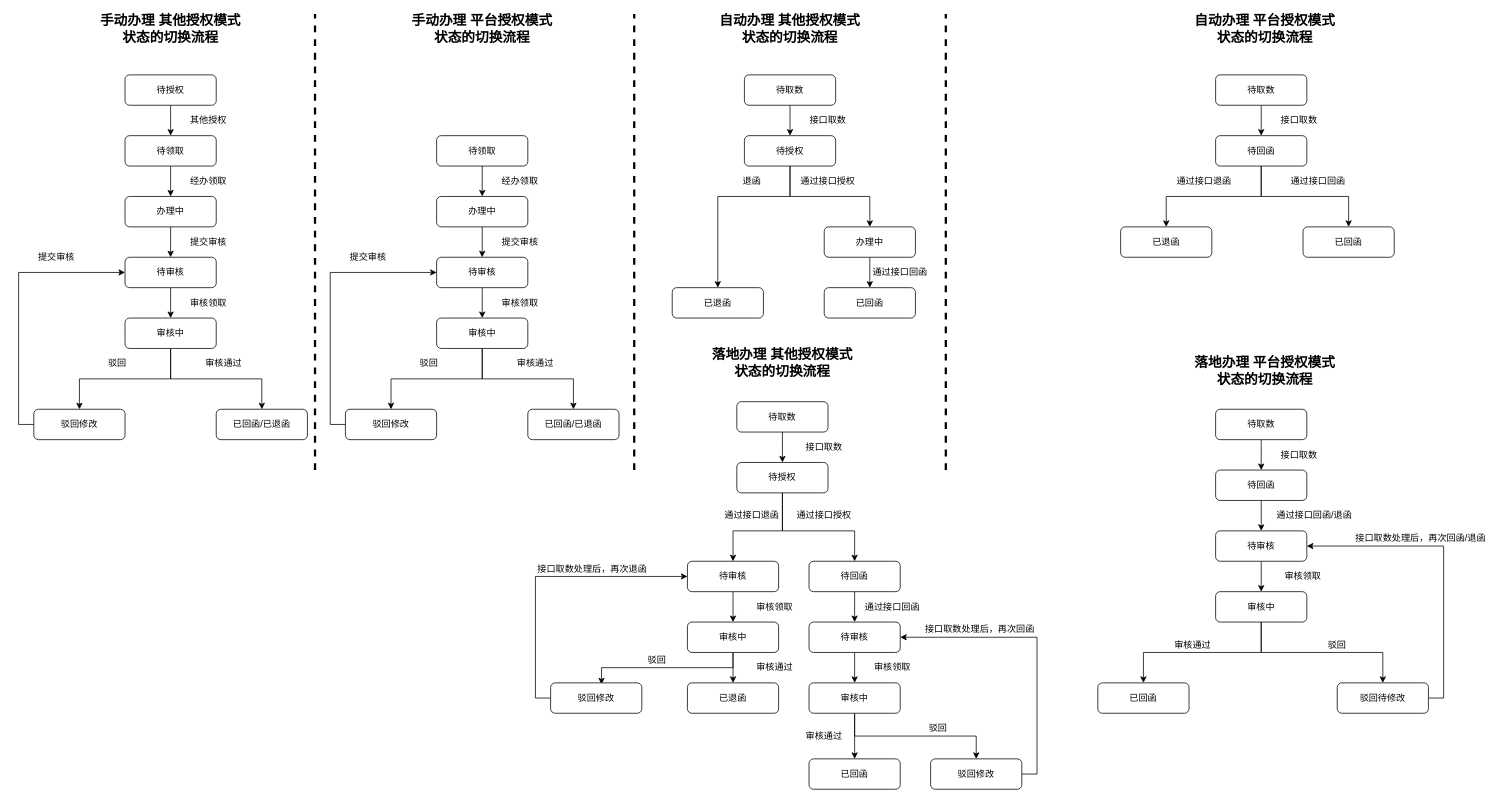
pingguo002/iconomi keeps this draw.io diagram as 未命名绘图.drawio. Above is the earlier version. Source tidied: cells renumbered, new cells numbered last; positions are measured from the earlier drawing's top-left corner, leaving out a move shared by most shapes. Both pictures are drawn from the tidied source at 76%, with x=0, y=0 at pixel (33, 14).
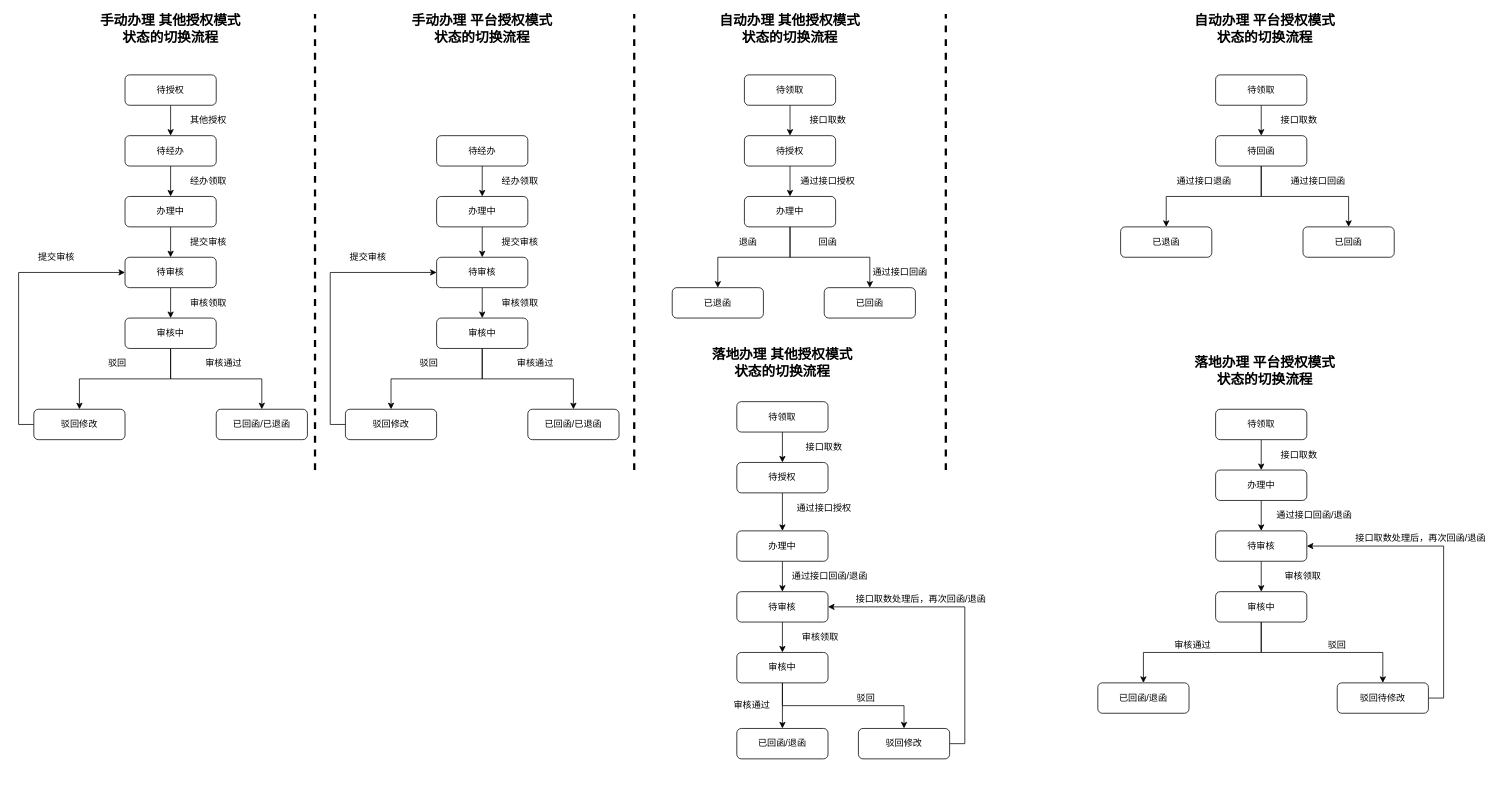
The same diagram, later.

Commit message:
更新未命名绘图.drawio

The change refers to these unchanged cells:
```xml
<mxCell id="47" value="待授权" style="rounded=1;whiteSpace=wrap;html=1;" parent="1" vertex="1">
  <mxGeometry x="935" y="160" width="120" height="40" as="geometry" />
</mxCell>
<mxCell id="48" value="已退函" style="rounded=1;whiteSpace=wrap;html=1;" parent="1" vertex="1">
  <mxGeometry x="840" y="360" width="120" height="40" as="geometry" />
</mxCell>
<mxCell id="64" value="待授权" style="rounded=1;whiteSpace=wrap;html=1;fontSize=12;" parent="1" vertex="1">
  <mxGeometry x="925" y="590" width="120" height="40" as="geometry" />
</mxCell>
```

Diff of the diagram source:
```diff
@@
-    <mxCell id="5" value="待领取" style="rounded=1;whiteSpace=wrap;html=1;" parent="1" vertex="1">
+    <mxCell id="5" value="待经办" style="rounded=1;whiteSpace=wrap;html=1;" parent="1" vertex="1">
       <mxGeometry x="120" y="160" width="120" height="40" as="geometry" />
     </mxCell>
@@
-    <mxCell id="25" value="待领取" style="rounded=1;whiteSpace=wrap;html=1;" parent="1" vertex="1">
+    <mxCell id="25" value="待经办" style="rounded=1;whiteSpace=wrap;html=1;" parent="1" vertex="1">
       <mxGeometry x="530" y="160" width="120" height="40" as="geometry" />
     </mxCell>
@@
-    <mxCell id="46" style="edgeStyle=orthogonalEdgeStyle;rounded=0;jettySize=auto;html=1;exitX=0.5;exitY=1;exitDx=0;exitDy=0;entryX=0.5;entryY=0;entryDx=0;entryDy=0;strokeWidth=1;fontSize=12;" parent="1" edge="1" source="47" target="48">
-      <mxGeometry relative="1" as="geometry">
-        <Array as="points">
-          <mxPoint x="995" y="240" />
-          <mxPoint x="900" y="240" />
-        </Array>
-      </mxGeometry>
-    </mxCell>
@@
     <mxCell id="49" value="退函" style="text;html=1;strokeColor=none;fillColor=none;align=center;verticalAlign=middle;whiteSpace=wrap;rounded=0;" parent="1" vertex="1">
-      <mxGeometry x="895" y="210" width="100" height="20" as="geometry" />
+      <mxGeometry x="890" y="290" width="100" height="20" as="geometry" />
     </mxCell>
@@
+    <mxCell id="126" style="edgeStyle=orthogonalEdgeStyle;rounded=0;jettySize=auto;html=1;exitX=0.5;exitY=1;exitDx=0;exitDy=0;entryX=0.5;entryY=0;entryDx=0;entryDy=0;strokeWidth=1;fontSize=12;" parent="1" edge="1" source="56" target="48">
+      <mxGeometry relative="1" as="geometry" />
+    </mxCell>
     <mxCell id="56" value="办理中" style="rounded=1;whiteSpace=wrap;html=1;fontSize=12;" parent="1" vertex="1">
-      <mxGeometry x="1040" y="280" width="120" height="40" as="geometry" />
+      <mxGeometry x="935" y="240" width="120" height="40" as="geometry" />
     </mxCell>
@@
-    <mxCell id="60" value="待取数" style="rounded=1;whiteSpace=wrap;html=1;" parent="1" vertex="1">
+    <mxCell id="60" value="待领取" style="rounded=1;whiteSpace=wrap;html=1;" parent="1" vertex="1">
       <mxGeometry x="925" y="510" width="120" height="40" as="geometry" />
     </mxCell>
@@
-    <mxCell id="62" value="待取数" style="rounded=1;whiteSpace=wrap;html=1;" parent="1" vertex="1">
+    <mxCell id="62" value="待领取" style="rounded=1;whiteSpace=wrap;html=1;" parent="1" vertex="1">
       <mxGeometry x="935" y="80" width="120" height="40" as="geometry" />
     </mxCell>
@@
+    <mxCell id="66" style="edgeStyle=orthogonalEdgeStyle;rounded=0;jettySize=auto;html=1;exitX=0.5;exitY=1;exitDx=0;exitDy=0;entryX=0.5;entryY=0;entryDx=0;entryDy=0;strokeWidth=1;fontSize=12;" parent="1" edge="1" source="64" target="74">
+      <mxGeometry relative="1" as="geometry" />
+    </mxCell>
@@
-    <mxCell id="66" style="edgeStyle=orthogonalEdgeStyle;rounded=0;jettySize=auto;html=1;exitX=0.5;exitY=1;exitDx=0;exitDy=0;strokeWidth=1;fontSize=12;entryX=0.5;entryY=0;entryDx=0;entryDy=0;" parent="1" edge="1" source="64" target="74">
-      <mxGeometry relative="1" as="geometry">
-        <Array as="points">
-          <mxPoint x="985" y="680" />
-          <mxPoint x="1080" y="680" />
-        </Array>
-      </mxGeometry>
-    </mxCell>
-    <mxCell id="67" style="edgeStyle=orthogonalEdgeStyle;rounded=0;jettySize=auto;html=1;exitX=0.5;exitY=1;exitDx=0;exitDy=0;entryX=0.5;entryY=0;entryDx=0;entryDy=0;strokeWidth=1;fontSize=12;" parent="1" edge="1" source="64" target="69">
-      <mxGeometry relative="1" as="geometry">
-        <Array as="points">
-          <mxPoint x="985" y="680" />
-          <mxPoint x="920" y="680" />
-        </Array>
-      </mxGeometry>
-    </mxCell>
-    <mxCell id="68" style="edgeStyle=orthogonalEdgeStyle;rounded=0;jettySize=auto;html=1;exitX=0.5;exitY=1;exitDx=0;exitDy=0;strokeWidth=1;fontSize=12;" parent="1" edge="1" source="69" target="78">
-      <mxGeometry relative="1" as="geometry" />
-    </mxCell>
-    <mxCell id="69" value="待审核" style="rounded=1;whiteSpace=wrap;html=1;" parent="1" vertex="1">
-      <mxGeometry x="860" y="720" width="120" height="40" as="geometry" />
-    </mxCell>
-    <mxCell id="70" value="通过接口退函" style="text;html=1;strokeColor=none;fillColor=none;align=center;verticalAlign=middle;whiteSpace=wrap;rounded=0;" parent="1" vertex="1">
-      <mxGeometry x="895" y="650" width="100" height="20" as="geometry" />
-    </mxCell>
@@
     <mxCell id="72" value="待审核" style="rounded=1;whiteSpace=wrap;html=1;fontSize=12;" parent="1" vertex="1">
-      <mxGeometry x="1020" y="800" width="120" height="40" as="geometry" />
+      <mxGeometry x="925" y="760" width="120" height="40" as="geometry" />
     </mxCell>
@@
-    <mxCell id="74" value="待回函" style="rounded=1;whiteSpace=wrap;html=1;fontSize=12;" parent="1" vertex="1">
-      <mxGeometry x="1020" y="720" width="120" height="40" as="geometry" />
+    <mxCell id="74" value="办理中" style="rounded=1;whiteSpace=wrap;html=1;fontSize=12;" parent="1" vertex="1">
+      <mxGeometry x="925" y="680" width="120" height="40" as="geometry" />
     </mxCell>
     <mxCell id="75" value="通过接口授权" style="text;html=1;strokeColor=none;fillColor=none;align=center;verticalAlign=middle;whiteSpace=wrap;rounded=0;" parent="1" vertex="1">
-      <mxGeometry x="990" y="650" width="100" height="20" as="geometry" />
+      <mxGeometry x="990" y="640" width="100" height="20" as="geometry" />
     </mxCell>
-    <mxCell id="76" style="edgeStyle=orthogonalEdgeStyle;rounded=0;jettySize=auto;html=1;exitX=0.5;exitY=1;exitDx=0;exitDy=0;strokeWidth=1;fontSize=12;" parent="1" edge="1" source="78" target="83">
-      <mxGeometry relative="1" as="geometry" />
-    </mxCell>
-    <mxCell id="77" style="edgeStyle=orthogonalEdgeStyle;rounded=0;jettySize=auto;html=1;exitX=0.5;exitY=1;exitDx=0;exitDy=0;entryX=0.558;entryY=0.05;entryDx=0;entryDy=0;entryPerimeter=0;strokeWidth=1;fontSize=12;" parent="1" edge="1" source="78" target="81">
-      <mxGeometry relative="1" as="geometry" />
-    </mxCell>
-    <mxCell id="78" value="审核中" style="rounded=1;whiteSpace=wrap;html=1;fontSize=12;" parent="1" vertex="1">
-      <mxGeometry x="860" y="800" width="120" height="40" as="geometry" />
-    </mxCell>
-    <mxCell id="79" value="审核领取" style="text;html=1;strokeColor=none;fillColor=none;align=center;verticalAlign=middle;whiteSpace=wrap;rounded=0;" parent="1" vertex="1">
-      <mxGeometry x="925" y="770" width="100" height="20" as="geometry" />
-    </mxCell>
-    <mxCell id="80" style="edgeStyle=orthogonalEdgeStyle;rounded=0;jettySize=auto;html=1;exitX=0;exitY=0.5;exitDx=0;exitDy=0;entryX=0;entryY=0.5;entryDx=0;entryDy=0;strokeWidth=1;fontSize=12;" parent="1" edge="1" source="81" target="69">
-      <mxGeometry relative="1" as="geometry" />
-    </mxCell>
-    <mxCell id="81" value="驳回修改" style="rounded=1;whiteSpace=wrap;html=1;fontSize=12;" parent="1" vertex="1">
-      <mxGeometry x="680" y="880" width="120" height="40" as="geometry" />
-    </mxCell>
-    <mxCell id="82" value="驳回" style="text;html=1;strokeColor=none;fillColor=none;align=center;verticalAlign=middle;whiteSpace=wrap;rounded=0;" parent="1" vertex="1">
-      <mxGeometry x="770" y="840" width="100" height="20" as="geometry" />
-    </mxCell>
-    <mxCell id="83" value="已退函" style="rounded=1;whiteSpace=wrap;html=1;fontSize=12;" parent="1" vertex="1">
-      <mxGeometry x="860" y="880" width="120" height="40" as="geometry" />
-    </mxCell>
-    <mxCell id="84" value="审核通过" style="text;html=1;strokeColor=none;fillColor=none;align=center;verticalAlign=middle;whiteSpace=wrap;rounded=0;" parent="1" vertex="1">
-      <mxGeometry x="925" y="850" width="100" height="20" as="geometry" />
-    </mxCell>
-    <mxCell id="85" value="接口取数处理后，再次退函" style="text;html=1;strokeColor=none;fillColor=none;align=center;verticalAlign=middle;whiteSpace=wrap;rounded=0;" parent="1" vertex="1">
-      <mxGeometry x="660" y="720" width="150" height="20" as="geometry" />
-    </mxCell>
-    <mxCell id="86" value="通过接口回函" style="text;html=1;strokeColor=none;fillColor=none;align=center;verticalAlign=middle;whiteSpace=wrap;rounded=0;" parent="1" vertex="1">
-      <mxGeometry x="1080" y="770" width="100" height="20" as="geometry" />
+    <mxCell id="86" value="通过接口回函/退函" style="text;html=1;strokeColor=none;fillColor=none;align=center;verticalAlign=middle;whiteSpace=wrap;rounded=0;" parent="1" vertex="1">
+      <mxGeometry x="985" y="730" width="125" height="20" as="geometry" />
     </mxCell>
@@
     <mxCell id="89" value="审核中" style="rounded=1;whiteSpace=wrap;html=1;fontSize=12;" parent="1" vertex="1">
-      <mxGeometry x="1020" y="880" width="120" height="40" as="geometry" />
+      <mxGeometry x="925" y="840" width="120" height="40" as="geometry" />
     </mxCell>
     <mxCell id="90" value="审核领取" style="text;html=1;strokeColor=none;fillColor=none;align=center;verticalAlign=middle;whiteSpace=wrap;rounded=0;" parent="1" vertex="1">
-      <mxGeometry x="1080" y="850" width="100" height="20" as="geometry" />
+      <mxGeometry x="985" y="810" width="100" height="20" as="geometry" />
     </mxCell>
-    <mxCell id="91" value="已回函" style="rounded=1;whiteSpace=wrap;html=1;fontSize=12;" parent="1" vertex="1">
-      <mxGeometry x="1020" y="980" width="120" height="40" as="geometry" />
+    <mxCell id="91" value="已回函/退函" style="rounded=1;whiteSpace=wrap;html=1;fontSize=12;" parent="1" vertex="1">
+      <mxGeometry x="925" y="940" width="120" height="40" as="geometry" />
     </mxCell>
     <mxCell id="92" value="审核通过" style="text;html=1;strokeColor=none;fillColor=none;align=center;verticalAlign=middle;whiteSpace=wrap;rounded=0;" parent="1" vertex="1">
-      <mxGeometry x="990" y="940" width="100" height="20" as="geometry" />
+      <mxGeometry x="895" y="900" width="100" height="20" as="geometry" />
     </mxCell>
     <mxCell id="93" value="驳回" style="text;html=1;strokeColor=none;fillColor=none;align=center;verticalAlign=middle;whiteSpace=wrap;rounded=0;" parent="1" vertex="1">
-      <mxGeometry x="1140" y="930" width="100" height="20" as="geometry" />
+      <mxGeometry x="1045" y="890" width="100" height="20" as="geometry" />
     </mxCell>
     <mxCell id="94" style="edgeStyle=orthogonalEdgeStyle;rounded=0;jettySize=auto;html=1;exitX=1;exitY=0.5;exitDx=0;exitDy=0;entryX=1;entryY=0.5;entryDx=0;entryDy=0;strokeWidth=1;fontSize=12;" parent="1" edge="1" source="95" target="72">
       <mxGeometry relative="1" as="geometry">
         <Array as="points">
-          <mxPoint x="1320" y="1000" />
-          <mxPoint x="1320" y="820" />
+          <mxPoint x="1225" y="960" />
+          <mxPoint x="1225" y="780" />
         </Array>
       </mxGeometry>
     </mxCell>
     <mxCell id="95" value="驳回修改" style="rounded=1;whiteSpace=wrap;html=1;fontSize=12;" parent="1" vertex="1">
-      <mxGeometry x="1180" y="980" width="120" height="40" as="geometry" />
+      <mxGeometry x="1085" y="940" width="120" height="40" as="geometry" />
     </mxCell>
-    <mxCell id="96" value="接口取数处理后，再次回函" style="text;html=1;strokeColor=none;fillColor=none;align=center;verticalAlign=middle;whiteSpace=wrap;rounded=0;" parent="1" vertex="1">
-      <mxGeometry x="1170" y="800" width="150" height="20" as="geometry" />
+    <mxCell id="96" value="接口取数处理后，再次回函/退函" style="text;html=1;strokeColor=none;fillColor=none;align=center;verticalAlign=middle;whiteSpace=wrap;rounded=0;" parent="1" vertex="1">
+      <mxGeometry x="1075" y="760" width="185" height="20" as="geometry" />
     </mxCell>
@@
-    <mxCell id="102" value="待取数" style="rounded=1;whiteSpace=wrap;html=1;" parent="1" vertex="1">
+    <mxCell id="102" value="待领取" style="rounded=1;whiteSpace=wrap;html=1;" parent="1" vertex="1">
       <mxGeometry x="1555" y="80" width="120" height="40" as="geometry" />
     </mxCell>
@@
-    <mxCell id="109" value="待回函" style="rounded=1;whiteSpace=wrap;html=1;" parent="1" vertex="1">
+    <mxCell id="109" value="办理中" style="rounded=1;whiteSpace=wrap;html=1;" parent="1" vertex="1">
       <mxGeometry x="1555" y="600" width="120" height="40" as="geometry" />
     </mxCell>
@@
-    <mxCell id="112" value="待取数" style="rounded=1;whiteSpace=wrap;html=1;" parent="1" vertex="1">
+    <mxCell id="112" value="待领取" style="rounded=1;whiteSpace=wrap;html=1;" parent="1" vertex="1">
       <mxGeometry x="1555" y="520" width="120" height="40" as="geometry" />
     </mxCell>
@@
-    <mxCell id="123" value="已回函" style="rounded=1;whiteSpace=wrap;html=1;fontSize=12;" parent="1" vertex="1">
+    <mxCell id="123" value="已回函/退函" style="rounded=1;whiteSpace=wrap;html=1;fontSize=12;" parent="1" vertex="1">
       <mxGeometry x="1400" y="880" width="120" height="40" as="geometry" />
     </mxCell>
@@
+    <mxCell id="127" value="回函" style="text;html=1;strokeColor=none;fillColor=none;align=center;verticalAlign=middle;whiteSpace=wrap;rounded=0;" parent="1" vertex="1">
+      <mxGeometry x="995" y="290" width="100" height="20" as="geometry" />
+    </mxCell>
```
